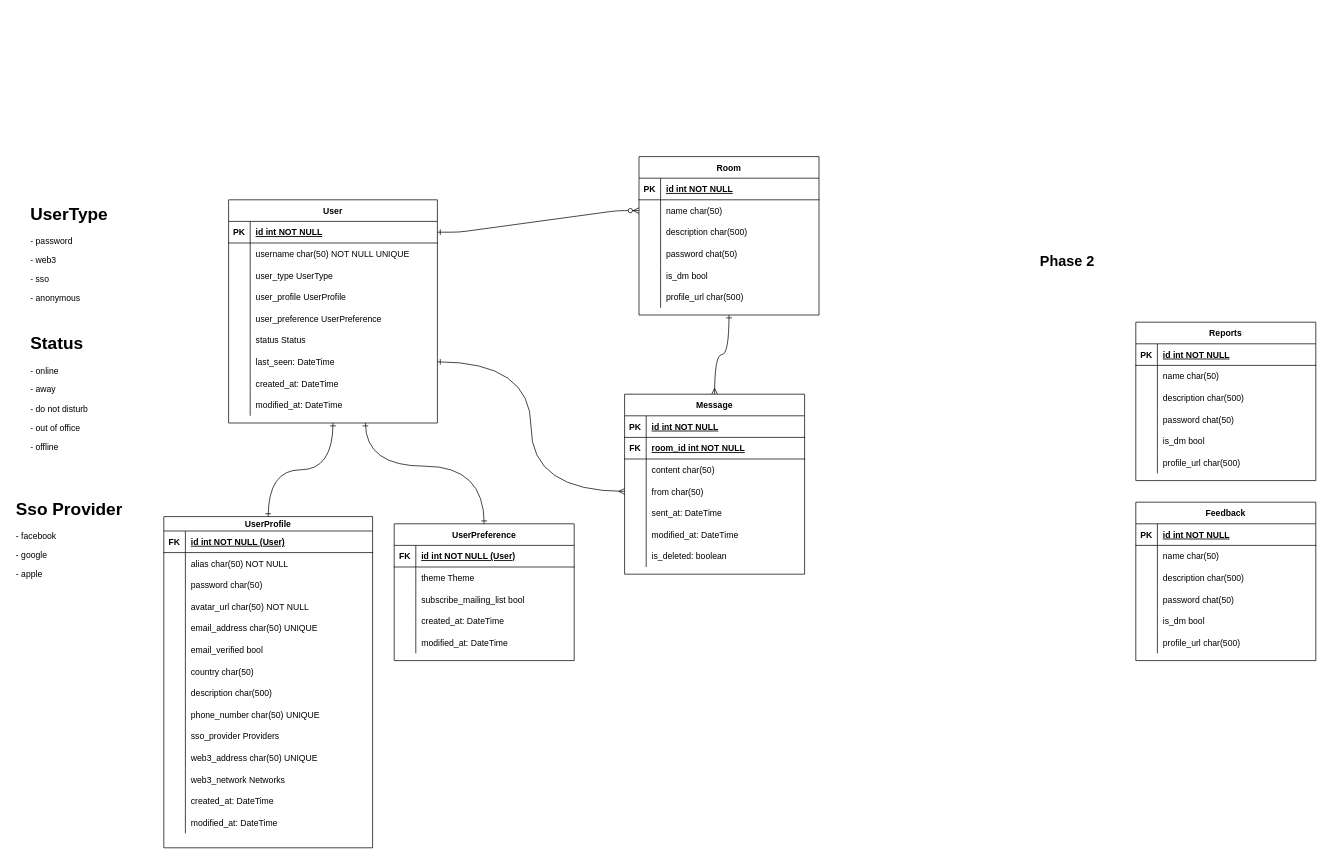
Before: page "Entity Relation Diagram" (1 of 3) of apps/docs/diagrams/Planning.drawio in data-miner00/telltale, a draw.io diagram. Source tidied: cells renumbered, new cells numbered last; positions are measured from the earlier drawing's top-left corner, leaving out a move shared by most shapes. Both pictures are drawn from the tidied source at 72%, with x=0, y=0 at pixel (12, 156).
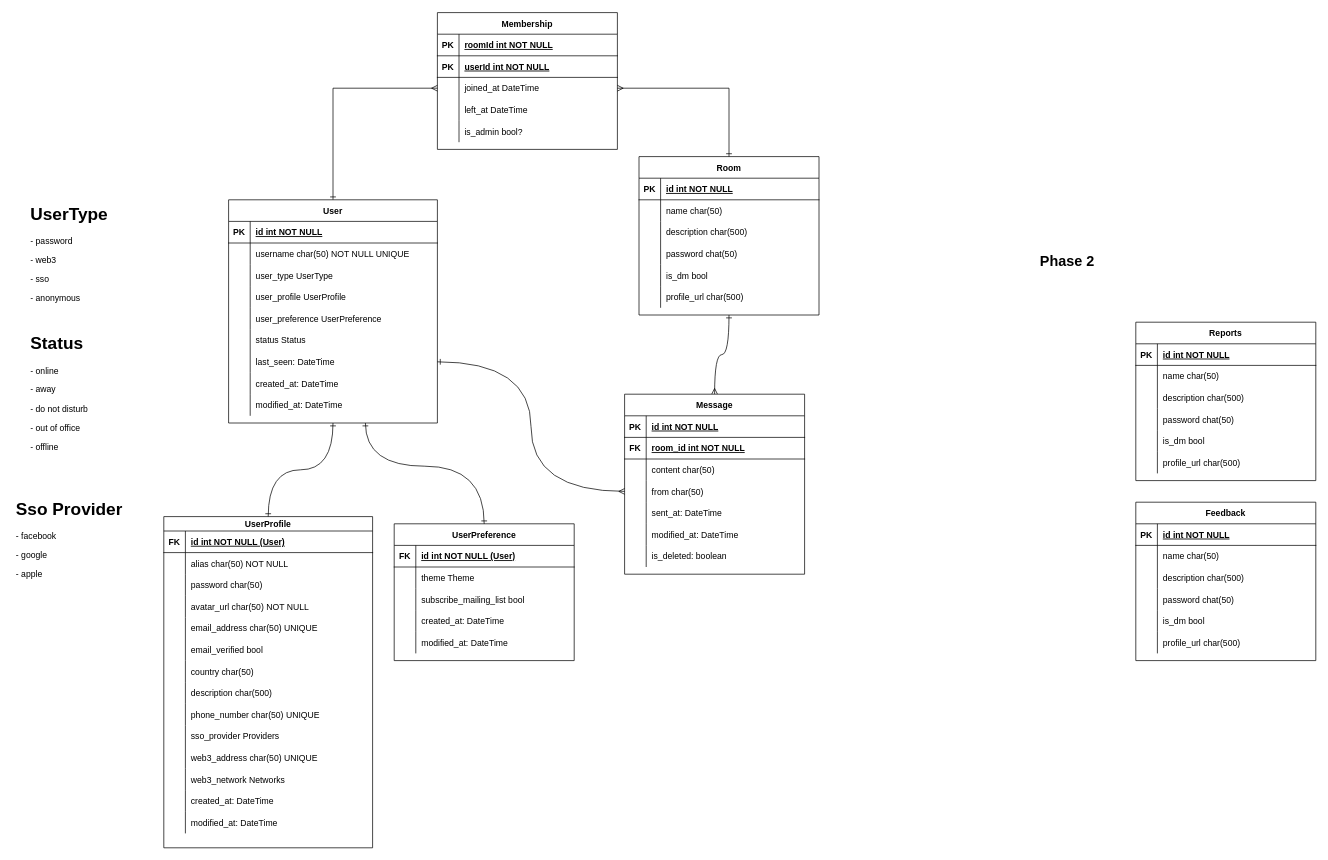
The same diagram, later.

The change refers to these unchanged cells:
```xml
<mxCell id="4" value="Room" style="shape=table;startSize=30;childLayout=tableLayout;rowLines=0;fontStyle=1;align=center;" parent="1" vertex="1">
  <mxGeometry x="870" width="250" height="220" as="geometry" />
</mxCell>
<mxCell id="8" style="shape=partialRectangle;fillColor=none;points=[[0,0.5],[1,0.5]];portConstraint=eastwest;top=0;left=0;right=0;bottom=0;" parent="4" vertex="1">
  <mxGeometry y="60" width="250" height="30" as="geometry" />
</mxCell>
<mxCell id="40" value="User" style="shape=table;startSize=30;childLayout=tableLayout;rowLines=0;fontStyle=1;align=center;" parent="1" vertex="1">
  <mxGeometry x="300" y="60" width="290" height="310" as="geometry" />
</mxCell>
<mxCell id="41" style="shape=partialRectangle;fillColor=none;points=[[0,0.5],[1,0.5]];portConstraint=eastwest;top=0;left=0;right=0;bottom=1;" parent="40" vertex="1">
  <mxGeometry y="30" width="290" height="30" as="geometry" />
</mxCell>
```

Diff of the diagram source:
```diff
@@
-    <mxCell id="2" style="edgeStyle=entityRelationEdgeStyle;endArrow=ERzeroToMany;startArrow=ERone;endFill=1;startFill=0;" parent="1" edge="1" source="41" target="8">
-      <mxGeometry relative="1" as="geometry" />
-    </mxCell>
@@
+    <mxCell id="177" style="edgeStyle=orthogonalEdgeStyle;rounded=0;jettySize=auto;html=1;entryX=0;entryY=0.5;entryDx=0;entryDy=0;endArrow=ERmany;endFill=0;startArrow=ERone;startFill=0;" parent="1" edge="1" source="40" target="185">
+      <mxGeometry relative="1" as="geometry" />
+    </mxCell>
@@
+    <mxCell id="178" value="Membership" style="shape=table;startSize=30;childLayout=tableLayout;rowLines=0;fontStyle=1;align=center;" parent="1" vertex="1">
+      <mxGeometry x="590" y="-200" width="250" height="190" as="geometry" />
+    </mxCell>
+    <mxCell id="179" style="shape=partialRectangle;fillColor=none;top=0;left=0;right=0;bottom=1;" parent="178" vertex="1">
+      <mxGeometry y="30" width="250" height="30" as="geometry" />
+    </mxCell>
+    <mxCell id="180" value="PK" style="shape=partialRectangle;overflow=hidden;fillColor=none;top=0;left=0;bottom=0;right=0;fontStyle=1;" parent="179" vertex="1">
+      <mxGeometry width="30" height="30" as="geometry" />
+    </mxCell>
+    <mxCell id="181" value="roomId int NOT NULL " style="shape=partialRectangle;overflow=hidden;fillColor=none;top=0;left=0;bottom=0;right=0;align=left;spacingLeft=6;fontStyle=5;" parent="179" vertex="1">
+      <mxGeometry x="30" width="220" height="30" as="geometry" />
+    </mxCell>
+    <mxCell id="182" style="shape=partialRectangle;fillColor=none;top=0;left=0;right=0;bottom=1;" parent="178" vertex="1">
+      <mxGeometry y="60" width="250" height="30" as="geometry" />
+    </mxCell>
+    <mxCell id="183" value="PK" style="shape=partialRectangle;overflow=hidden;fillColor=none;top=0;left=0;bottom=0;right=0;fontStyle=1;" parent="182" vertex="1">
+      <mxGeometry width="30" height="30" as="geometry" />
+    </mxCell>
+    <mxCell id="184" value="userId int NOT NULL" style="shape=partialRectangle;overflow=hidden;fillColor=none;top=0;left=0;bottom=0;right=0;align=left;spacingLeft=6;fontStyle=5;" parent="182" vertex="1">
+      <mxGeometry x="30" width="220" height="30" as="geometry" />
+    </mxCell>
+    <mxCell id="185" style="shape=partialRectangle;fillColor=none;points=[[0,0.5],[1,0.5]];portConstraint=eastwest;top=0;left=0;right=0;bottom=0;" parent="178" vertex="1">
+      <mxGeometry y="90" width="250" height="30" as="geometry" />
+    </mxCell>
+    <mxCell id="186" style="shape=partialRectangle;overflow=hidden;fillColor=none;top=0;left=0;bottom=0;right=0;" parent="185" vertex="1">
+      <mxGeometry width="30" height="30" as="geometry" />
+    </mxCell>
+    <mxCell id="187" value="joined_at DateTime" style="shape=partialRectangle;overflow=hidden;fillColor=none;top=0;left=0;bottom=0;right=0;align=left;spacingLeft=6;" parent="185" vertex="1">
+      <mxGeometry x="30" width="220" height="30" as="geometry" />
+    </mxCell>
+    <mxCell id="188" style="shape=partialRectangle;fillColor=none;top=0;left=0;right=0;bottom=0;" parent="178" vertex="1">
+      <mxGeometry y="120" width="250" height="30" as="geometry" />
+    </mxCell>
+    <mxCell id="189" style="shape=partialRectangle;overflow=hidden;fillColor=none;top=0;left=0;bottom=0;right=0;" parent="188" vertex="1">
+      <mxGeometry width="30" height="30" as="geometry" />
+    </mxCell>
+    <mxCell id="190" value="left_at DateTime" style="shape=partialRectangle;overflow=hidden;fillColor=none;top=0;left=0;bottom=0;right=0;align=left;spacingLeft=6;" parent="188" vertex="1">
+      <mxGeometry x="30" width="220" height="30" as="geometry" />
+    </mxCell>
+    <mxCell id="191" style="shape=partialRectangle;fillColor=none;top=0;left=0;right=0;bottom=0;" parent="178" vertex="1">
+      <mxGeometry y="150" width="250" height="30" as="geometry" />
+    </mxCell>
+    <mxCell id="192" style="shape=partialRectangle;overflow=hidden;fillColor=none;top=0;left=0;bottom=0;right=0;" parent="191" vertex="1">
+      <mxGeometry width="30" height="30" as="geometry" />
+    </mxCell>
+    <mxCell id="193" value="is_admin bool?" style="shape=partialRectangle;overflow=hidden;fillColor=none;top=0;left=0;bottom=0;right=0;align=left;spacingLeft=6;" parent="191" vertex="1">
+      <mxGeometry x="30" width="220" height="30" as="geometry" />
+    </mxCell>
+    <mxCell id="194" style="edgeStyle=orthogonalEdgeStyle;rounded=0;jettySize=auto;html=1;entryX=0.5;entryY=0;entryDx=0;entryDy=0;startArrow=ERmany;startFill=0;endArrow=ERone;endFill=0;" parent="1" edge="1" source="185" target="4">
+      <mxGeometry relative="1" as="geometry" />
+    </mxCell>
```
